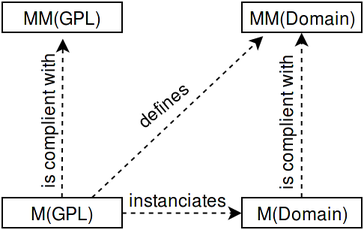
The draw.io diagram pictures/GPL-domain-and-models.png in lepieru/reversed-modeling-through-annotations, before a commit. Source tidied: cells renumbered, new cells last; positions are measured from the earlier drawing's top-left corner, leaving out a move shared by most shapes.
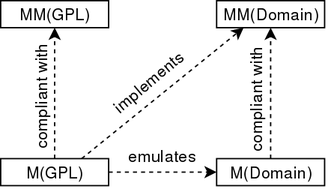
The same file after the commit.

Change to the diagram source:
```diff
@@ -5,46 +5,66 @@
     <mxCell id="2" value="MM(GPL)" style="whiteSpace=wrap;html=1;" parent="1" vertex="1">
       <mxGeometry width="80" height="20" as="geometry" />
     </mxCell>
-    <mxCell id="3" value="M(GPL)" style="whiteSpace=wrap;html=1;" parent="1" vertex="1">
-      <mxGeometry y="130" width="80" height="20" as="geometry" />
+    <mxCell id="3" value="MM(Domain)" style="whiteSpace=wrap;html=1;" parent="1" vertex="1">
+      <mxGeometry x="160" width="80" height="20" as="geometry" />
     </mxCell>
-    <mxCell id="4" value="MM(Domain)" style="whiteSpace=wrap;html=1;" parent="1" vertex="1">
-      <mxGeometry x="160" width="80" height="20" as="geometry" />
+    <mxCell id="4" style="endArrow=classic;html=1;exitX=0.5;exitY=0;entryX=0.5;entryY=1;dashed=1;" parent="1" edge="1" source="16" target="2">
+      <mxGeometry x="200" y="200" as="geometry" />
     </mxCell>
-    <mxCell id="5" value="M(Domain)" style="whiteSpace=wrap;html=1;" parent="1" vertex="1">
-      <mxGeometry x="160" y="130" width="80" height="20" as="geometry" />
+    <mxCell id="5" value="compliant with&lt;br&gt;" style="text;html=1;points=[];align=center;verticalAlign=middle;labelBackgroundColor=#ffffff;rotation=-90;" parent="4" vertex="1">
+      <mxGeometry x="0.01" relative="1" as="geometry">
+        <mxPoint x="-10" y="3" as="offset" />
+      </mxGeometry>
     </mxCell>
-    <mxCell id="6" style="endArrow=classic;html=1;exitX=0.5;exitY=0;entryX=0.505;entryY=1.214;entryPerimeter=0;dashed=1;" parent="1" edge="1" source="3" target="2">
-      <mxGeometry relative="1" as="geometry" />
+    <mxCell id="6" value="compliant with&lt;br&gt;" style="text;html=1;align=center;verticalAlign=middle;labelBackgroundColor=#ffffff;rotation=-90;" parent="1" vertex="1">
+      <mxGeometry x="30" y="71" as="geometry">
+        <mxPoint x="-10" y="3" as="offset" />
+      </mxGeometry>
     </mxCell>
+    <mxCell id="8" style="endArrow=classic;html=1;dashed=1;exitX=0.75;exitY=0;entryX=0.25;entryY=1;" parent="1" edge="1" source="16" target="3">
+      <mxGeometry x="220" y="200" as="geometry" />
+    </mxCell>
+    <mxCell id="10" value="implements&lt;br&gt;" style="text;html=1;align=center;verticalAlign=middle;labelBackgroundColor=#ffffff;rotation=-40;" parent="8" vertex="1">
+      <mxGeometry y="1" relative="1" as="geometry">
+        <mxPoint x="-10" y="-8" as="offset" />
+      </mxGeometry>
+    </mxCell>
-    <mxCell id="7" value="is complient with&lt;br&gt;" style="text;html=1;align=center;verticalAlign=middle;labelBackgroundColor=#ffffff;rotation=-90;" parent="6" vertex="1">
-      <mxGeometry x="0.01" relative="1" as="geometry">
-        <mxPoint x="-10" y="3" as="offset" />
+    <mxCell id="7" value="implements&lt;br&gt;" style="text;html=1;align=center;verticalAlign=middle;labelBackgroundColor=#ffffff;rotation=-40;" parent="1" vertex="1">
+      <mxGeometry x="109.3" y="59.8" as="geometry">
+        <mxPoint x="-10" y="-8" as="offset" />
       </mxGeometry>
     </mxCell>
-    <mxCell id="8" style="endArrow=classic;html=1;dashed=1;exitX=0.75;exitY=0;entryX=0.179;entryY=1.129;entryPerimeter=0;" parent="1" edge="1" source="3" target="4">
-      <mxGeometry relative="1" as="geometry" />
-    </mxCell>
-    <mxCell id="9" value="defines" style="text;html=1;align=center;verticalAlign=middle;labelBackgroundColor=#ffffff;rotation=-40;" parent="8" vertex="1">
-      <mxGeometry y="1" relative="1" as="geometry">
-        <mxPoint x="-10" y="-8" as="offset" />
-      </mxGeometry>
-    </mxCell>
-    <mxCell id="10" style="endArrow=classic;html=1;dashed=1;exitX=0.5;exitY=0;entryX=0.5;entryY=1;" parent="1" edge="1" source="5" target="4">
-      <mxGeometry relative="1" as="geometry" />
-    </mxCell>
-    <mxCell id="11" value="is complient with&lt;br&gt;" style="text;html=1;align=center;verticalAlign=middle;labelBackgroundColor=#ffffff;rotation=-90;" parent="10" vertex="1">
-      <mxGeometry x="0.04" y="-2" relative="1" as="geometry">
-        <mxPoint x="-13" y="7" as="offset" />
-      </mxGeometry>
+    <mxCell id="11" style="endArrow=classic;html=1;dashed=1;exitX=0.5;exitY=0;entryX=0.5;entryY=1;" parent="1" edge="1" source="17" target="3">
+      <mxGeometry x="360" y="200" as="geometry" />
     </mxCell>
-    <mxCell id="12" style="endArrow=classic;html=1;dashed=1;exitX=1;exitY=0.5;entryX=0;entryY=0.5;" parent="1" edge="1" source="3" target="5">
-      <mxGeometry relative="1" as="geometry" />
+    <mxCell id="12" value="compliant with&lt;br&gt;" style="text;html=1;align=center;verticalAlign=middle;labelBackgroundColor=#ffffff;rotation=-90;" parent="11" vertex="1">
+      <mxGeometry x="0.04" y="-2" relative="1" as="geometry">
+        <mxPoint x="-13" y="7" as="offset" />
+      </mxGeometry>
     </mxCell>
-    <mxCell id="13" value="instanciates&lt;br&gt;" style="text;html=1;align=center;verticalAlign=middle;labelBackgroundColor=#ffffff;" parent="12" vertex="1">
-      <mxGeometry x="0.14" y="-1" relative="1" as="geometry">
-        <mxPoint x="-8" y="-11" as="offset" />
+    <mxCell id="13" value="compliant with&lt;br&gt;" style="text;html=1;align=center;verticalAlign=middle;labelBackgroundColor=#ffffff;rotation=-90;" parent="1" vertex="1">
+      <mxGeometry x="189" y="73.3" as="geometry">
+        <mxPoint x="-13" y="7" as="offset" />
       </mxGeometry>
     </mxCell>
+    <mxCell id="9" style="endArrow=classic;html=1;dashed=1;exitX=1;exitY=0.5;entryX=0;entryY=0.5;" parent="1" edge="1" source="16" target="17">
+      <mxGeometry x="240" y="307" as="geometry" />
+    </mxCell>
+    <mxCell id="14" value="emulates&lt;br&gt;" style="text;html=1;align=center;verticalAlign=middle;labelBackgroundColor=#ffffff;" parent="9" vertex="1">
+      <mxGeometry x="0.14" y="-1" relative="1" as="geometry">
+        <mxPoint x="-6" y="-13" as="offset" />
+      </mxGeometry>
+    </mxCell>
+    <mxCell id="15" value="emulates&lt;br&gt;" style="text;html=1;align=center;verticalAlign=middle;labelBackgroundColor=#ffffff;" parent="1" vertex="1">
+      <mxGeometry x="119.7" y="115" as="geometry">
+        <mxPoint x="-6" y="-13" as="offset" />
+      </mxGeometry>
+    </mxCell>
+    <mxCell id="16" value="M(GPL)" style="whiteSpace=wrap;html=1;" parent="1" vertex="1">
+      <mxGeometry y="117" width="80" height="20" as="geometry" />
+    </mxCell>
+    <mxCell id="17" value="M(Domain)" style="whiteSpace=wrap;html=1;" parent="1" vertex="1">
+      <mxGeometry x="160" y="117" width="80" height="20" as="geometry" />
+    </mxCell>
   </root>
 </mxGraphModel>
```
